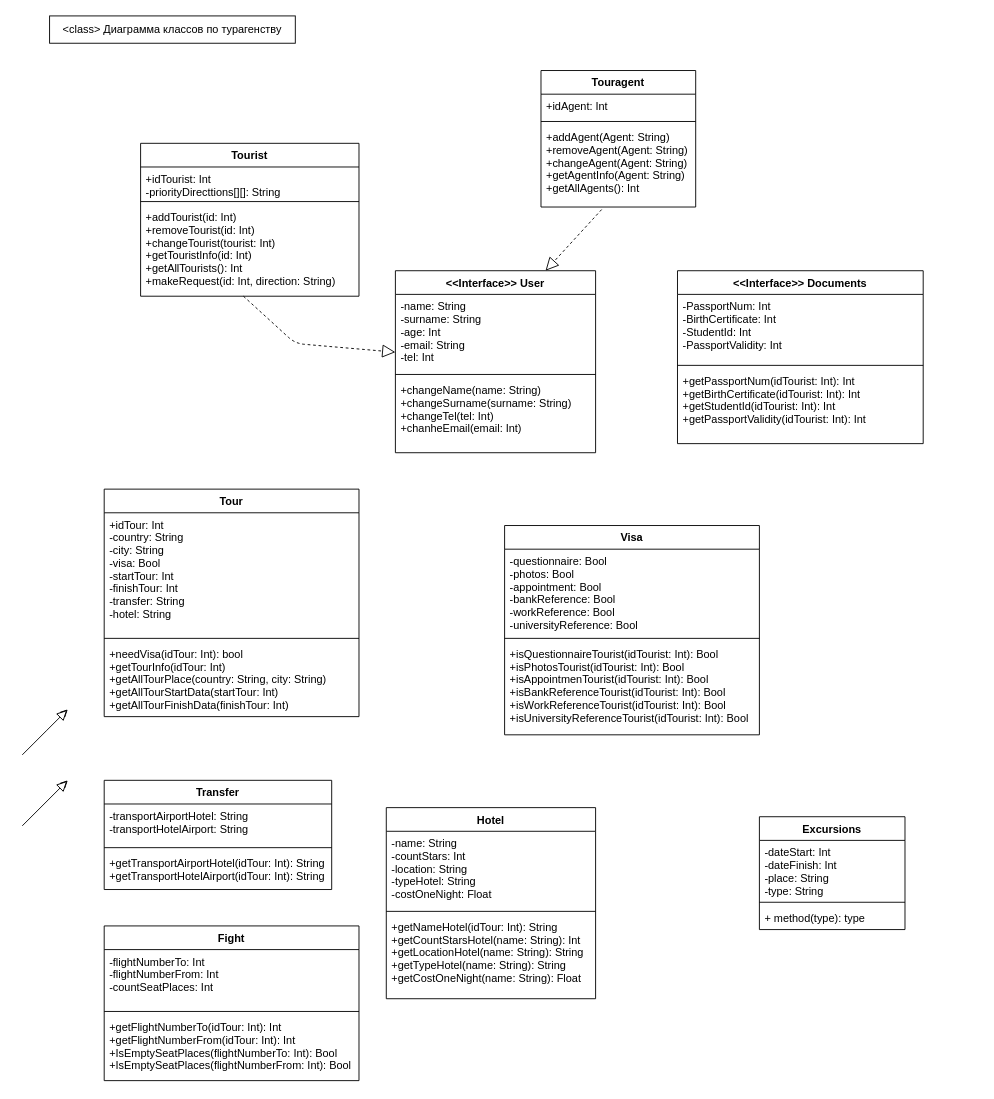
This is Untitled Diagram.drawio from f0rsunka/UML, a draw.io file, before an edit. Source tidied: cells renumbered, new cells numbered last; positions are measured from the earlier drawing's top-left corner, leaving out a move shared by most shapes. Both pictures are drawn from the tidied source at 91%, with x=0, y=0 at pixel (22, 15).
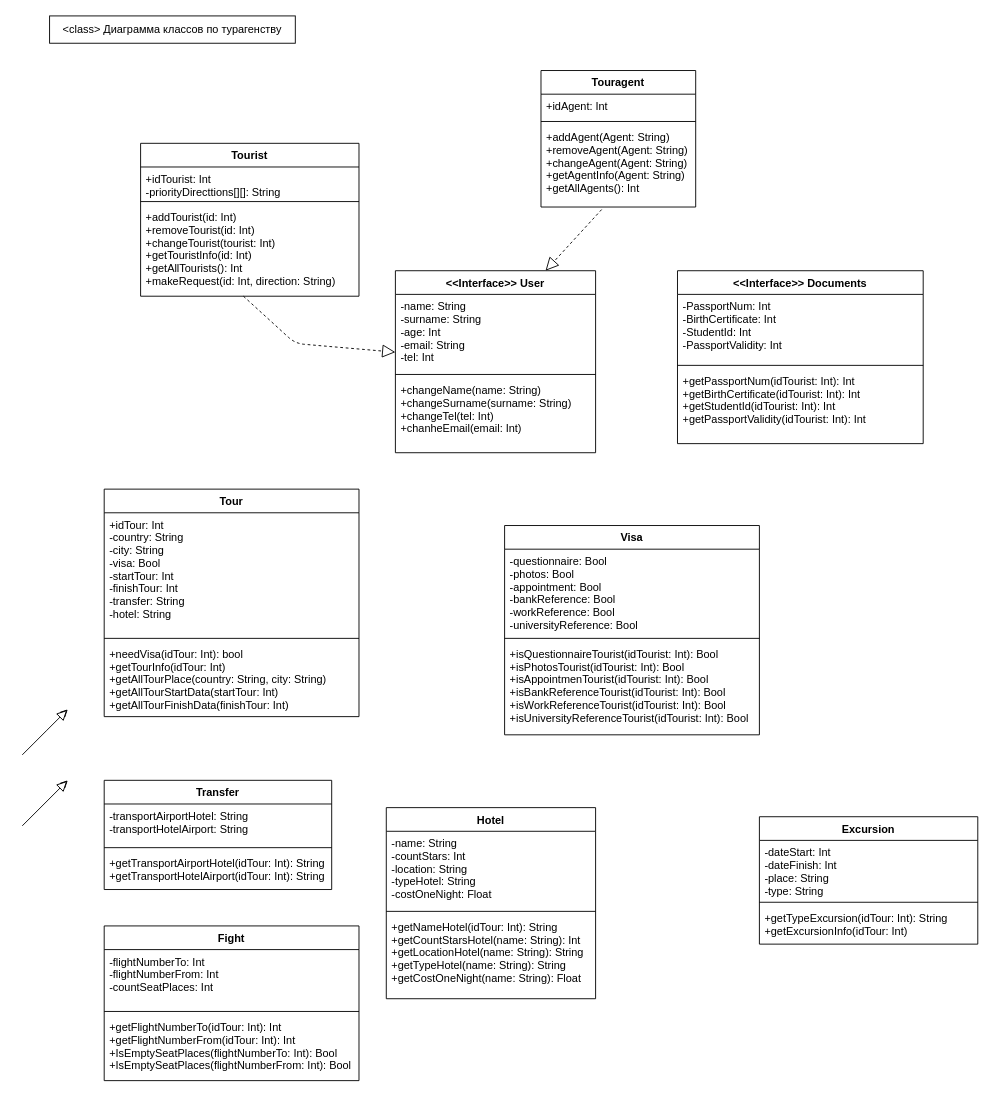
Above is the later version.

Commit message:
10/10. Doing connections in next commit

The edit, as a diff of the source:
```diff
@@
-    <mxCell id="33" value="Excursions" style="swimlane;fontStyle=1;align=center;verticalAlign=top;horizontal=1;startSize=26;" parent="1" vertex="1">
-      <mxGeometry x="810" y="880" width="160" height="124" as="geometry" />
+    <mxCell id="33" value="Excursion" style="swimlane;fontStyle=1;align=center;verticalAlign=top;horizontal=1;startSize=26;" parent="1" vertex="1">
+      <mxGeometry x="810" y="880" width="240" height="140" as="geometry" />
     </mxCell>
     <mxCell id="34" value="-dateStart: Int&#10;-dateFinish: Int&#10;-place: String&#10;-type: String" style="text;strokeColor=none;fillColor=none;align=left;verticalAlign=top;spacingLeft=4;spacingRight=4;overflow=hidden;" parent="33" vertex="1">
-      <mxGeometry y="26" width="160" height="64" as="geometry" />
+      <mxGeometry y="26" width="240" height="64" as="geometry" />
     </mxCell>
     <mxCell id="35" style="line;strokeWidth=1;fillColor=none;align=left;verticalAlign=middle;spacingTop=-1;spacingLeft=3;spacingRight=3;labelPosition=right;" parent="33" vertex="1">
-      <mxGeometry y="90" width="160" height="8" as="geometry" />
+      <mxGeometry y="90" width="240" height="8" as="geometry" />
     </mxCell>
-    <mxCell id="36" value="+ method(type): type" style="text;strokeColor=none;fillColor=none;align=left;verticalAlign=top;spacingLeft=4;spacingRight=4;overflow=hidden;" parent="33" vertex="1">
-      <mxGeometry y="98" width="160" height="26" as="geometry" />
+    <mxCell id="36" value="+getTypeExcursion(idTour: Int): String&#10;+getExcursionInfo(idTour: Int)" style="text;strokeColor=none;fillColor=none;align=left;verticalAlign=top;spacingLeft=4;spacingRight=4;overflow=hidden;" parent="33" vertex="1">
+      <mxGeometry y="98" width="240" height="42" as="geometry" />
     </mxCell>
```
